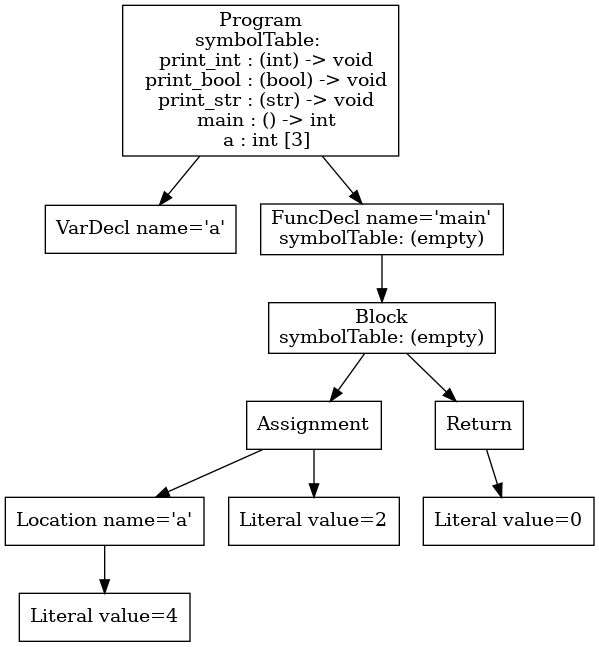
Earlier version of the Graphviz export ast.png (ecila1011/P3). Its source is kept beside it as ast.dot.
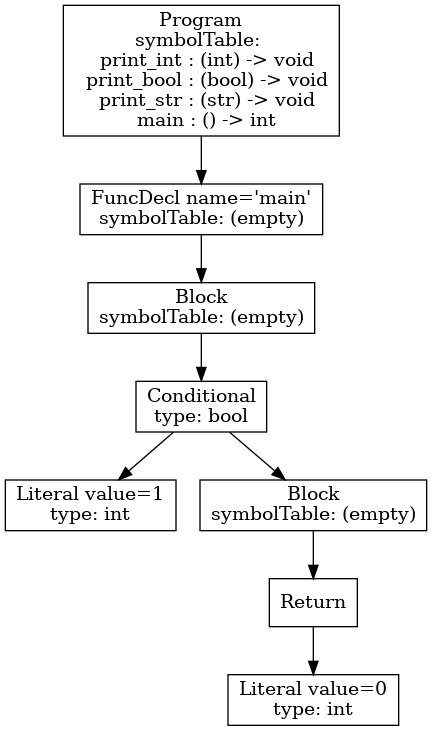
Above is the later version.

What changed in the source:
```diff
@@ -1,21 +1,17 @@
 digraph AST {
-1 [shape=box, label="VarDecl name='a'"];
-6 [shape=box, label="Literal value=4"];
-5 [shape=box, label="Location name='a'"];
+4 [shape=box, label="Literal value=1\ntype: int"];
+7 [shape=box, label="Literal value=0\ntype: int"];
+6 [shape=box, label="Return"];
+6 -> 7;
+5 [shape=box, label="Block\nsymbolTable: (empty)"];
 5 -> 6;
-7 [shape=box, label="Literal value=2"];
-4 [shape=box, label="Assignment"];
-4 -> 5;
-4 -> 7;
-9 [shape=box, label="Literal value=0"];
-8 [shape=box, label="Return"];
-8 -> 9;
-3 [shape=box, label="Block\nsymbolTable: (empty)"];
+3 [shape=box, label="Conditional\ntype: bool"];
 3 -> 4;
-3 -> 8;
-2 [shape=box, label="FuncDecl name='main'\nsymbolTable: (empty)"];
+3 -> 5;
+2 [shape=box, label="Block\nsymbolTable: (empty)"];
 2 -> 3;
-0 [shape=box, label="Program\nsymbolTable: \n  print_int : (int) -> void\n  print_bool : (bool) -> void\n  print_str : (str) -> void\n  main : () -> int\n  a : int [3]"];
+1 [shape=box, label="FuncDecl name='main'\nsymbolTable: (empty)"];
+1 -> 2;
+0 [shape=box, label="Program\nsymbolTable: \n  print_int : (int) -> void\n  print_bool : (bool) -> void\n  print_str : (str) -> void\n  main : () -> int"];
 0 -> 1;
-0 -> 2;
 }
```
